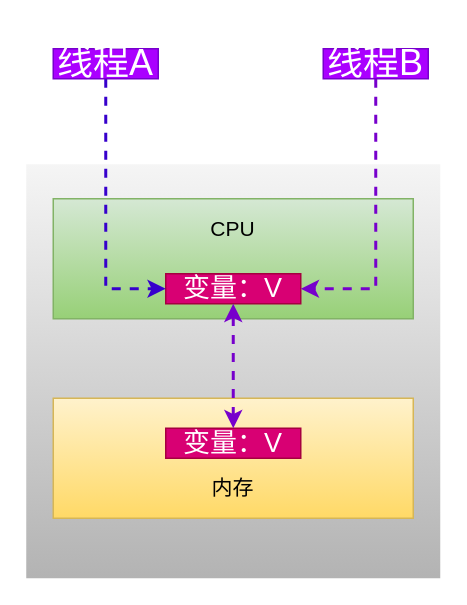
The draw.io diagram page "第 1 页" (1 of 5) of 并发编程的Bug源头/1.drawio in chenjiabing666/BlogImage, before the edit. Source tidied: cells renumbered, new cells numbered last; positions are measured from the earlier drawing's top-left corner, leaving out a move shared by most shapes. Both pictures are drawn from the tidied source at 150%, with x=0, y=0 at pixel (26, 48).
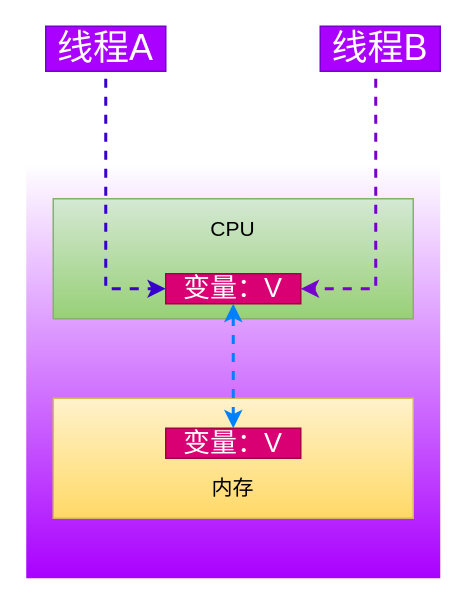
After the change.

What changed in the source:
```diff
@@
 <mxGraphModel>
   <root>
     <mxCell id="0" />
     <mxCell id="1" parent="0" />
-    <mxCell id="2" style="whiteSpace=wrap;html=1;fillColor=#f5f5f5;strokeColor=none;gradientColor=#b3b3b3;" parent="1" vertex="1">
+    <mxCell id="2" style="whiteSpace=wrap;html=1;fillColor=#aa00ff;strokeColor=none;fontColor=#ffffff;gradientColor=#ffffff;gradientDirection=north;" parent="1" vertex="1">
       <mxGeometry y="77" width="276" height="276" as="geometry" />
     </mxCell>
     <mxCell id="3" style="rounded=0;whiteSpace=wrap;html=1;fillColor=#d5e8d4;strokeColor=#82b366;gradientColor=#97d077;" parent="1" vertex="1">
       <mxGeometry x="18" y="100" width="240" height="80" as="geometry" />
     </mxCell>
     <mxCell id="4" style="rounded=0;whiteSpace=wrap;html=1;fillColor=#fff2cc;strokeColor=#d6b656;gradientColor=#ffd966;" parent="1" vertex="1">
       <mxGeometry x="18" y="233" width="240" height="80" as="geometry" />
     </mxCell>
     <mxCell id="5" value="&lt;font style=&quot;font-size: 14px&quot;&gt;CPU&lt;/font&gt;" style="text;html=1;strokeColor=none;fillColor=none;align=center;verticalAlign=middle;whiteSpace=wrap;rounded=0;" parent="1" vertex="1">
       <mxGeometry x="118" y="110" width="40" height="20" as="geometry" />
     </mxCell>
     <mxCell id="6" value="&lt;font style=&quot;font-size: 18px&quot;&gt;变量：V&lt;/font&gt;" style="text;html=1;strokeColor=#A50040;fillColor=#d80073;align=center;verticalAlign=middle;whiteSpace=wrap;rounded=0;fontColor=#ffffff;" parent="1" vertex="1">
       <mxGeometry x="93" y="150" width="90" height="20" as="geometry" />
     </mxCell>
     <mxCell id="7" value="&lt;font style=&quot;font-size: 18px&quot;&gt;变量：V&lt;/font&gt;" style="text;html=1;strokeColor=#A50040;fillColor=#d80073;align=center;verticalAlign=middle;whiteSpace=wrap;rounded=0;fontColor=#ffffff;" parent="1" vertex="1">
       <mxGeometry x="93" y="253" width="90" height="20" as="geometry" />
     </mxCell>
     <mxCell id="8" value="&lt;span style=&quot;font-size: 14px&quot;&gt;内存&lt;/span&gt;" style="text;html=1;strokeColor=none;fillColor=none;align=center;verticalAlign=middle;whiteSpace=wrap;rounded=0;" parent="1" vertex="1">
       <mxGeometry x="118" y="283" width="40" height="20" as="geometry" />
     </mxCell>
-    <mxCell id="9" style="edgeStyle=orthogonalEdgeStyle;rounded=0;jettySize=auto;html=1;entryX=0;entryY=0.5;entryDx=0;entryDy=0;dashed=1;strokeWidth=2;fillColor=#6a00ff;strokeColor=#3700CC;" parent="1" edge="1" source="10" target="6">
+    <mxCell id="9" style="edgeStyle=orthogonalEdgeStyle;rounded=0;jettySize=auto;html=1;entryX=0;entryY=0.5;entryDx=0;entryDy=0;dashed=1;strokeWidth=2;fillColor=#6a00ff;strokeColor=#3700CC;" parent="1" edge="1" target="6">
       <mxGeometry relative="1" as="geometry">
+        <mxPoint x="53" y="20" as="sourcePoint" />
         <Array as="points">
           <mxPoint x="53" y="160" />
         </Array>
       </mxGeometry>
     </mxCell>
+    <mxCell id="11" style="edgeStyle=orthogonalEdgeStyle;rounded=0;jettySize=auto;html=1;entryX=1;entryY=0.5;entryDx=0;entryDy=0;dashed=1;strokeWidth=2;fillColor=#aa00ff;strokeColor=#7700CC;" parent="1" edge="1" target="6">
+      <mxGeometry relative="1" as="geometry">
+        <mxPoint x="233" y="20" as="sourcePoint" />
+        <Array as="points">
+          <mxPoint x="233" y="160" />
+        </Array>
+      </mxGeometry>
+    </mxCell>
+    <mxCell id="13" style="endArrow=classic;startArrow=classic;html=1;dashed=1;strokeColor=#007FFF;strokeWidth=2;entryX=0.5;entryY=1;entryDx=0;entryDy=0;exitX=0.5;exitY=0;exitDx=0;exitDy=0;entryPerimeter=0;fillColor=#aa00ff;" parent="1" edge="1" source="7" target="6">
+      <mxGeometry relative="1" as="geometry" />
+    </mxCell>
-    <mxCell id="10" value="&lt;font style=&quot;font-size: 24px&quot;&gt;线程A&lt;/font&gt;" style="text;html=1;strokeColor=#7700CC;fillColor=#aa00ff;align=center;verticalAlign=middle;whiteSpace=wrap;rounded=0;fontColor=#ffffff;" parent="1" vertex="1">
-      <mxGeometry x="18" width="70" height="20" as="geometry" />
+    <mxCell id="10" value="&lt;font style=&quot;font-size: 24px&quot;&gt;线程A&lt;/font&gt;" style="rounded=0;whiteSpace=wrap;html=1;fillColor=#aa00ff;strokeColor=#7700CC;fontColor=#ffffff;" parent="1" vertex="1">
+      <mxGeometry x="13" y="-15" width="80" height="30" as="geometry" />
     </mxCell>
-    <mxCell id="11" style="edgeStyle=orthogonalEdgeStyle;rounded=0;jettySize=auto;html=1;entryX=1;entryY=0.5;entryDx=0;entryDy=0;dashed=1;strokeWidth=2;fillColor=#aa00ff;strokeColor=#7700CC;" parent="1" edge="1" source="12" target="6">
-      <mxGeometry relative="1" as="geometry">
-        <Array as="points">
-          <mxPoint x="233" y="160" />
-        </Array>
-      </mxGeometry>
-    </mxCell>
-    <mxCell id="12" value="&lt;font style=&quot;font-size: 24px&quot;&gt;线程B&lt;/font&gt;" style="text;html=1;strokeColor=#7700CC;fillColor=#aa00ff;align=center;verticalAlign=middle;whiteSpace=wrap;rounded=0;fontColor=#ffffff;" parent="1" vertex="1">
-      <mxGeometry x="198" width="70" height="20" as="geometry" />
+    <mxCell id="12" value="&lt;font style=&quot;font-size: 24px&quot;&gt;线程B&lt;/font&gt;" style="rounded=0;whiteSpace=wrap;html=1;fillColor=#aa00ff;strokeColor=#7700CC;fontColor=#ffffff;" parent="1" vertex="1">
+      <mxGeometry x="196" y="-15" width="80" height="30" as="geometry" />
     </mxCell>
-    <mxCell id="13" style="endArrow=classic;startArrow=classic;html=1;dashed=1;strokeColor=#7700CC;strokeWidth=2;entryX=0.5;entryY=1;entryDx=0;entryDy=0;exitX=0.5;exitY=0;exitDx=0;exitDy=0;entryPerimeter=0;fillColor=#aa00ff;" parent="1" edge="1" source="7" target="6">
-      <mxGeometry relative="1" as="geometry" />
-    </mxCell>
   </root>
 </mxGraphModel>
```
